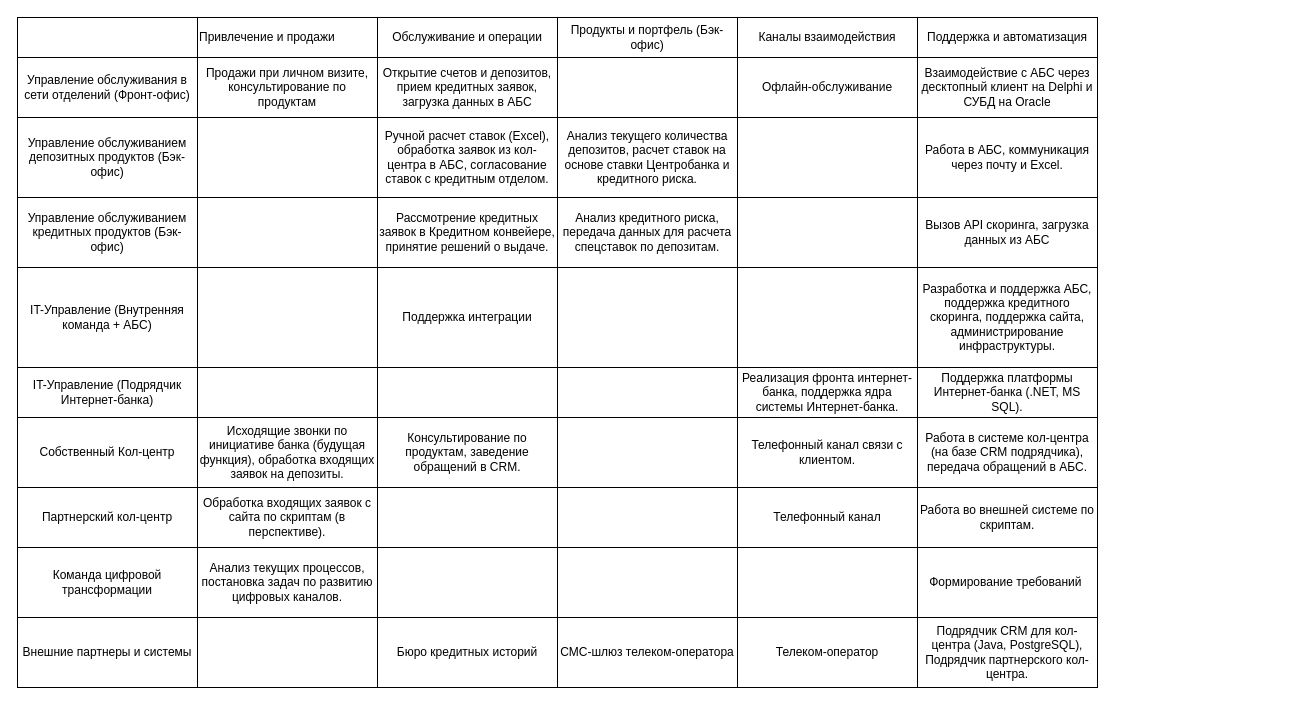
This is Task1/task1.1.drawio from Wardar-py/architecture-bank-standart, a draw.io file, before an edit. Source tidied: cells renumbered, new cells numbered last; positions are measured from the earlier drawing's top-left corner, leaving out a move shared by most shapes. Both pictures are drawn from the tidied source at 100%, with x=0, y=0 at pixel (17, 17).
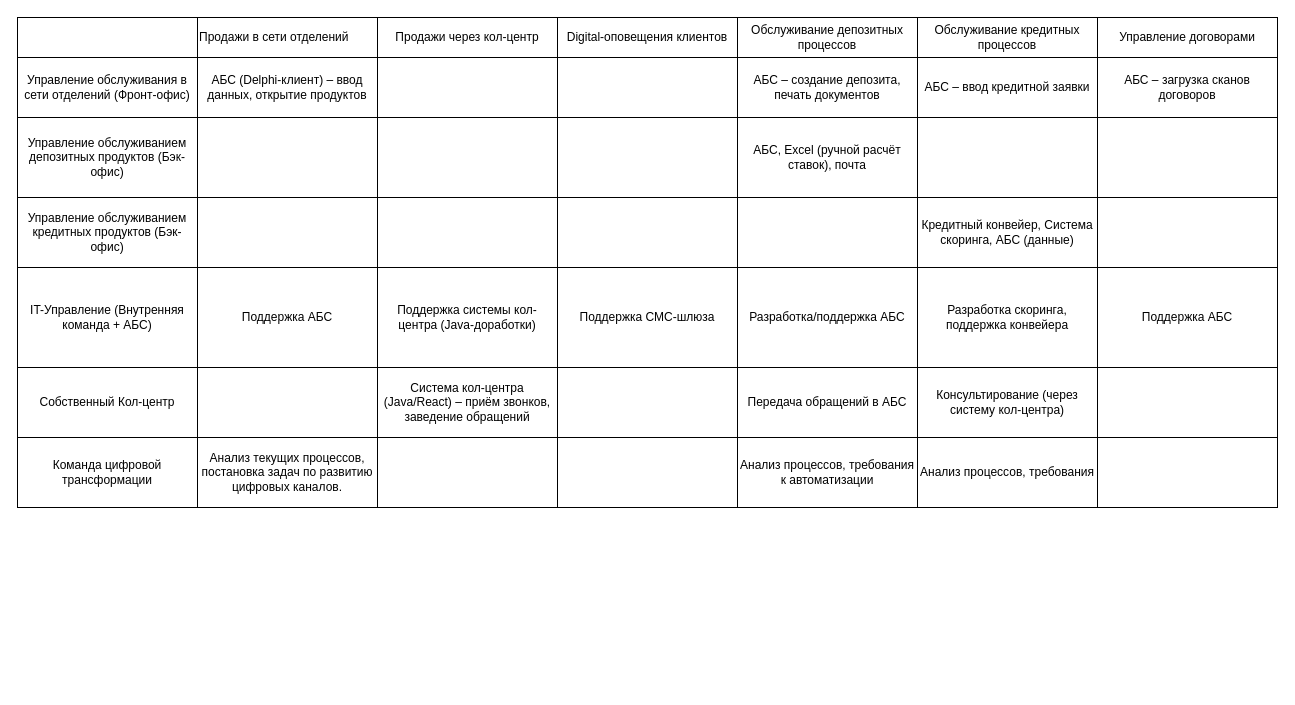
After the change.

Change to the diagram source:
```diff
@@
-    <mxCell id="3" value="Привлечение и продажи" style="rounded=0;whiteSpace=wrap;html=1;imageWidth=180;imageHeight=40;align=left;" parent="1" vertex="1">
+    <mxCell id="3" value="Продажи в сети отделений" style="rounded=0;whiteSpace=wrap;html=1;imageWidth=180;imageHeight=40;align=left;" parent="1" vertex="1">
       <mxGeometry x="180" width="180" height="40" as="geometry" />
     </mxCell>
-    <mxCell id="4" value="Обслуживание и операции" style="rounded=0;whiteSpace=wrap;html=1;imageWidth=180;imageHeight=40;" parent="1" vertex="1">
+    <mxCell id="4" value="Продажи через кол-центр" style="rounded=0;whiteSpace=wrap;html=1;imageWidth=180;imageHeight=40;" parent="1" vertex="1">
       <mxGeometry x="360" width="180" height="40" as="geometry" />
     </mxCell>
-    <mxCell id="5" value="Продукты и портфель (Бэк-офис)" style="rounded=0;whiteSpace=wrap;html=1;imageWidth=180;imageHeight=40;" parent="1" vertex="1">
+    <mxCell id="5" value="Digital-оповещения клиентов" style="rounded=0;whiteSpace=wrap;html=1;imageWidth=180;imageHeight=40;" parent="1" vertex="1">
       <mxGeometry x="540" width="180" height="40" as="geometry" />
     </mxCell>
-    <mxCell id="6" value="Каналы взаимодействия" style="rounded=0;whiteSpace=wrap;html=1;imageWidth=180;imageHeight=40;" parent="1" vertex="1">
+    <mxCell id="6" value="Обслуживание депозитных процессов" style="rounded=0;whiteSpace=wrap;html=1;imageWidth=180;imageHeight=40;" parent="1" vertex="1">
       <mxGeometry x="720" width="180" height="40" as="geometry" />
     </mxCell>
@@
-    <mxCell id="8" value="Продажи при личном визите, консультирование по продуктам" style="rounded=0;whiteSpace=wrap;html=1;imageWidth=180;imageHeight=40;" parent="1" vertex="1">
+    <mxCell id="8" value="АБС (Delphi-клиент) – ввод данных, открытие продуктов" style="rounded=0;whiteSpace=wrap;html=1;imageWidth=180;imageHeight=40;" parent="1" vertex="1">
       <mxGeometry x="180" y="40" width="180" height="60" as="geometry" />
     </mxCell>
-    <mxCell id="9" value="Открытие счетов и депозитов, прием кредитных заявок, загрузка данных в АБС" style="rounded=0;whiteSpace=wrap;html=1;imageWidth=180;imageHeight=40;" parent="1" vertex="1">
+    <mxCell id="9" style="rounded=0;whiteSpace=wrap;html=1;imageWidth=180;imageHeight=40;" parent="1" vertex="1">
       <mxGeometry x="360" y="40" width="180" height="60" as="geometry" />
     </mxCell>
@@
-    <mxCell id="11" value="Офлайн-обслуживание" style="rounded=0;whiteSpace=wrap;html=1;imageWidth=180;imageHeight=40;" parent="1" vertex="1">
+    <mxCell id="11" value="АБС – создание депозита, печать документов" style="rounded=0;whiteSpace=wrap;html=1;imageWidth=180;imageHeight=40;" parent="1" vertex="1">
       <mxGeometry x="720" y="40" width="180" height="60" as="geometry" />
     </mxCell>
@@
-    <mxCell id="14" value="Ручной расчет ставок (Excel), обработка заявок из кол-центра в АБС, согласование ставок с кредитным отделом." style="rounded=0;whiteSpace=wrap;html=1;imageWidth=180;imageHeight=40;" parent="1" vertex="1">
+    <mxCell id="14" style="rounded=0;whiteSpace=wrap;html=1;imageWidth=180;imageHeight=40;" parent="1" vertex="1">
       <mxGeometry x="360" y="100" width="180" height="80" as="geometry" />
     </mxCell>
-    <mxCell id="15" value="Анализ текущего количества депозитов, расчет ставок на основе ставки Центробанка и кредитного риска." style="rounded=0;whiteSpace=wrap;html=1;imageWidth=180;imageHeight=40;" parent="1" vertex="1">
+    <mxCell id="15" style="rounded=0;whiteSpace=wrap;html=1;imageWidth=180;imageHeight=40;" parent="1" vertex="1">
       <mxGeometry x="540" y="100" width="180" height="80" as="geometry" />
     </mxCell>
-    <mxCell id="16" style="rounded=0;whiteSpace=wrap;html=1;imageWidth=180;imageHeight=40;" parent="1" vertex="1">
+    <mxCell id="16" value="АБС, Excel (ручной расчёт ставок), почта" style="rounded=0;whiteSpace=wrap;html=1;imageWidth=180;imageHeight=40;" parent="1" vertex="1">
       <mxGeometry x="720" y="100" width="180" height="80" as="geometry" />
     </mxCell>
-    <mxCell id="17" value="IT-Управление (Подрядчик Интернет-банка)" style="rounded=0;whiteSpace=wrap;html=1;imageWidth=180;imageHeight=40;" parent="1" vertex="1">
-      <mxGeometry y="350" width="180" height="50" as="geometry" />
-    </mxCell>
-    <mxCell id="18" style="rounded=0;whiteSpace=wrap;html=1;imageWidth=180;imageHeight=40;" parent="1" vertex="1">
-      <mxGeometry x="180" y="350" width="180" height="50" as="geometry" />
-    </mxCell>
-    <mxCell id="19" style="rounded=0;whiteSpace=wrap;html=1;imageWidth=180;imageHeight=40;" parent="1" vertex="1">
-      <mxGeometry x="360" y="350" width="180" height="50" as="geometry" />
-    </mxCell>
-    <mxCell id="20" style="rounded=0;whiteSpace=wrap;html=1;imageWidth=180;imageHeight=40;" parent="1" vertex="1">
-      <mxGeometry x="540" y="350" width="180" height="50" as="geometry" />
-    </mxCell>
-    <mxCell id="21" value="Реализация фронта интернет-банка, поддержка ядра системы Интернет-банка." style="rounded=0;whiteSpace=wrap;html=1;imageWidth=180;imageHeight=40;" parent="1" vertex="1">
-      <mxGeometry x="720" y="350" width="180" height="50" as="geometry" />
-    </mxCell>
@@
-    <mxCell id="23" style="rounded=0;whiteSpace=wrap;html=1;imageWidth=180;imageHeight=40;" parent="1" vertex="1">
+    <mxCell id="23" value="Поддержка АБС" style="rounded=0;whiteSpace=wrap;html=1;imageWidth=180;imageHeight=40;" parent="1" vertex="1">
       <mxGeometry x="180" y="250" width="180" height="100" as="geometry" />
     </mxCell>
-    <mxCell id="24" value="Поддержка интеграции" style="rounded=0;whiteSpace=wrap;html=1;imageWidth=180;imageHeight=40;" parent="1" vertex="1">
+    <mxCell id="24" value="Поддержка системы кол-центра (Java-доработки)" style="rounded=0;whiteSpace=wrap;html=1;imageWidth=180;imageHeight=40;" parent="1" vertex="1">
       <mxGeometry x="360" y="250" width="180" height="100" as="geometry" />
     </mxCell>
-    <mxCell id="25" style="rounded=0;whiteSpace=wrap;html=1;imageWidth=180;imageHeight=40;" parent="1" vertex="1">
+    <mxCell id="25" value="Поддержка СМС-шлюза" style="rounded=0;whiteSpace=wrap;html=1;imageWidth=180;imageHeight=40;" parent="1" vertex="1">
       <mxGeometry x="540" y="250" width="180" height="100" as="geometry" />
     </mxCell>
-    <mxCell id="26" style="rounded=0;whiteSpace=wrap;html=1;imageWidth=180;imageHeight=40;" parent="1" vertex="1">
+    <mxCell id="26" value="Разработка/поддержка АБС" style="rounded=0;whiteSpace=wrap;html=1;imageWidth=180;imageHeight=40;" parent="1" vertex="1">
       <mxGeometry x="720" y="250" width="180" height="100" as="geometry" />
     </mxCell>
@@
-    <mxCell id="29" value="Рассмотрение кредитных заявок в Кредитном конвейере, принятие решений о выдаче." style="rounded=0;whiteSpace=wrap;html=1;imageWidth=180;imageHeight=40;" parent="1" vertex="1">
+    <mxCell id="29" style="rounded=0;whiteSpace=wrap;html=1;imageWidth=180;imageHeight=40;" parent="1" vertex="1">
       <mxGeometry x="360" y="180" width="180" height="70" as="geometry" />
     </mxCell>
-    <mxCell id="30" value="Анализ кредитного риска, передача данных для расчета спецставок по депозитам." style="rounded=0;whiteSpace=wrap;html=1;imageWidth=180;imageHeight=40;" parent="1" vertex="1">
+    <mxCell id="30" style="rounded=0;whiteSpace=wrap;html=1;imageWidth=180;imageHeight=40;" parent="1" vertex="1">
       <mxGeometry x="540" y="180" width="180" height="70" as="geometry" />
     </mxCell>
@@
     <mxCell id="32" value="Собственный Кол-центр" style="rounded=0;whiteSpace=wrap;html=1;imageWidth=180;imageHeight=40;" parent="1" vertex="1">
-      <mxGeometry y="400" width="180" height="70" as="geometry" />
+      <mxGeometry y="350" width="180" height="70" as="geometry" />
     </mxCell>
-    <mxCell id="33" value="Исходящие звонки по инициативе банка (будущая функция), обработка входящих заявок на депозиты." style="rounded=0;whiteSpace=wrap;html=1;imageWidth=180;imageHeight=40;" parent="1" vertex="1">
-      <mxGeometry x="180" y="400" width="180" height="70" as="geometry" />
+    <mxCell id="33" style="rounded=0;whiteSpace=wrap;html=1;imageWidth=180;imageHeight=40;" parent="1" vertex="1">
+      <mxGeometry x="180" y="350" width="180" height="70" as="geometry" />
     </mxCell>
-    <mxCell id="34" value="Консультирование по продуктам, заведение обращений в CRM." style="rounded=0;whiteSpace=wrap;html=1;imageWidth=180;imageHeight=40;" parent="1" vertex="1">
-      <mxGeometry x="360" y="400" width="180" height="70" as="geometry" />
+    <mxCell id="34" value="Система кол-центра (Java/React) – приём звонков, заведение обращений" style="rounded=0;whiteSpace=wrap;html=1;imageWidth=180;imageHeight=40;" parent="1" vertex="1">
+      <mxGeometry x="360" y="350" width="180" height="70" as="geometry" />
     </mxCell>
     <mxCell id="35" style="rounded=0;whiteSpace=wrap;html=1;imageWidth=180;imageHeight=40;" parent="1" vertex="1">
-      <mxGeometry x="540" y="400" width="180" height="70" as="geometry" />
+      <mxGeometry x="540" y="350" width="180" height="70" as="geometry" />
     </mxCell>
-    <mxCell id="36" value="Телефонный канал связи с клиентом." style="rounded=0;whiteSpace=wrap;html=1;imageWidth=180;imageHeight=40;" parent="1" vertex="1">
-      <mxGeometry x="720" y="400" width="180" height="70" as="geometry" />
+    <mxCell id="36" value="Передача обращений в АБС" style="rounded=0;whiteSpace=wrap;html=1;imageWidth=180;imageHeight=40;" parent="1" vertex="1">
+      <mxGeometry x="720" y="350" width="180" height="70" as="geometry" />
     </mxCell>
-    <mxCell id="37" value="Партнерский кол-центр" style="rounded=0;whiteSpace=wrap;html=1;imageWidth=180;imageHeight=40;" parent="1" vertex="1">
-      <mxGeometry y="470" width="180" height="60" as="geometry" />
-    </mxCell>
-    <mxCell id="38" value="Обработка входящих заявок с сайта по скриптам (в перспективе)." style="rounded=0;whiteSpace=wrap;html=1;imageWidth=180;imageHeight=40;" parent="1" vertex="1">
-      <mxGeometry x="180" y="470" width="180" height="60" as="geometry" />
-    </mxCell>
-    <mxCell id="39" style="rounded=0;whiteSpace=wrap;html=1;imageWidth=180;imageHeight=40;" parent="1" vertex="1">
-      <mxGeometry x="360" y="470" width="180" height="60" as="geometry" />
-    </mxCell>
-    <mxCell id="40" style="rounded=0;whiteSpace=wrap;html=1;imageWidth=180;imageHeight=40;" parent="1" vertex="1">
-      <mxGeometry x="540" y="470" width="180" height="60" as="geometry" />
-    </mxCell>
-    <mxCell id="41" value="Телефонный канал" style="rounded=0;whiteSpace=wrap;html=1;imageWidth=180;imageHeight=40;" parent="1" vertex="1">
-      <mxGeometry x="720" y="470" width="180" height="60" as="geometry" />
-    </mxCell>
     <mxCell id="42" value="Команда цифровой трансформации" style="rounded=0;whiteSpace=wrap;html=1;imageWidth=180;imageHeight=40;" parent="1" vertex="1">
-      <mxGeometry y="530" width="180" height="70" as="geometry" />
+      <mxGeometry y="420" width="180" height="70" as="geometry" />
     </mxCell>
     <mxCell id="43" value="Анализ текущих процессов, постановка задач по развитию цифровых каналов." style="rounded=0;whiteSpace=wrap;html=1;imageWidth=180;imageHeight=40;" parent="1" vertex="1">
-      <mxGeometry x="180" y="530" width="180" height="70" as="geometry" />
+      <mxGeometry x="180" y="420" width="180" height="70" as="geometry" />
     </mxCell>
     <mxCell id="44" style="rounded=0;whiteSpace=wrap;html=1;imageWidth=180;imageHeight=40;" parent="1" vertex="1">
-      <mxGeometry x="360" y="530" width="180" height="70" as="geometry" />
+      <mxGeometry x="360" y="420" width="180" height="70" as="geometry" />
     </mxCell>
     <mxCell id="45" style="rounded=0;whiteSpace=wrap;html=1;imageWidth=180;imageHeight=40;" parent="1" vertex="1">
-      <mxGeometry x="540" y="530" width="180" height="70" as="geometry" />
+      <mxGeometry x="540" y="420" width="180" height="70" as="geometry" />
     </mxCell>
-    <mxCell id="46" style="rounded=0;whiteSpace=wrap;html=1;imageWidth=180;imageHeight=40;" parent="1" vertex="1">
-      <mxGeometry x="720" y="530" width="180" height="70" as="geometry" />
+    <mxCell id="46" value="Анализ процессов, требования к автоматизации" style="rounded=0;whiteSpace=wrap;html=1;imageWidth=180;imageHeight=40;" parent="1" vertex="1">
+      <mxGeometry x="720" y="420" width="180" height="70" as="geometry" />
     </mxCell>
-    <mxCell id="47" value="Внешние партнеры и системы" style="rounded=0;whiteSpace=wrap;html=1;imageWidth=180;imageHeight=40;" parent="1" vertex="1">
-      <mxGeometry y="600" width="180" height="70" as="geometry" />
-    </mxCell>
-    <mxCell id="48" style="rounded=0;whiteSpace=wrap;html=1;imageWidth=180;imageHeight=40;" parent="1" vertex="1">
-      <mxGeometry x="180" y="600" width="180" height="70" as="geometry" />
-    </mxCell>
-    <mxCell id="49" value="Бюро кредитных историй" style="rounded=0;whiteSpace=wrap;html=1;imageWidth=180;imageHeight=40;" parent="1" vertex="1">
-      <mxGeometry x="360" y="600" width="180" height="70" as="geometry" />
-    </mxCell>
-    <mxCell id="50" value="СМС-шлюз телеком-оператора" style="rounded=0;whiteSpace=wrap;html=1;imageWidth=180;imageHeight=40;" parent="1" vertex="1">
-      <mxGeometry x="540" y="600" width="180" height="70" as="geometry" />
-    </mxCell>
-    <mxCell id="51" value="Телеком-оператор" style="rounded=0;whiteSpace=wrap;html=1;imageWidth=180;imageHeight=40;" parent="1" vertex="1">
-      <mxGeometry x="720" y="600" width="180" height="70" as="geometry" />
-    </mxCell>
-    <mxCell id="52" value="Поддержка и автоматизация" style="rounded=0;whiteSpace=wrap;html=1;imageWidth=180;imageHeight=40;" parent="1" vertex="1">
+    <mxCell id="52" value="Обслуживание кредитных процессов" style="rounded=0;whiteSpace=wrap;html=1;imageWidth=180;imageHeight=40;" parent="1" vertex="1">
       <mxGeometry x="900" width="180" height="40" as="geometry" />
     </mxCell>
-    <mxCell id="53" value="Взаимодействие с АБС через десктопный клиент на&amp;nbsp;Delphi и СУБД на Oracle" style="rounded=0;whiteSpace=wrap;html=1;imageWidth=180;imageHeight=40;" parent="1" vertex="1">
+    <mxCell id="53" value="АБС – ввод кредитной заявки" style="rounded=0;whiteSpace=wrap;html=1;imageWidth=180;imageHeight=40;" parent="1" vertex="1">
       <mxGeometry x="900" y="40" width="180" height="60" as="geometry" />
     </mxCell>
-    <mxCell id="54" value="Работа в АБС, коммуникация через почту и Excel." style="rounded=0;whiteSpace=wrap;html=1;imageWidth=180;imageHeight=40;" parent="1" vertex="1">
+    <mxCell id="54" style="rounded=0;whiteSpace=wrap;html=1;imageWidth=180;imageHeight=40;" parent="1" vertex="1">
       <mxGeometry x="900" y="100" width="180" height="80" as="geometry" />
     </mxCell>
-    <mxCell id="55" value="Поддержка платформы Интернет-банка&amp;nbsp;(.NET, MS SQL)." style="rounded=0;whiteSpace=wrap;html=1;imageWidth=180;imageHeight=40;" parent="1" vertex="1">
-      <mxGeometry x="900" y="350" width="180" height="50" as="geometry" />
-    </mxCell>
-    <mxCell id="56" value="Разработка и поддержка АБС, поддержка кредитного скоринга, поддержка сайта, администрирование инфраструктуры." style="rounded=0;whiteSpace=wrap;html=1;imageWidth=180;imageHeight=40;" parent="1" vertex="1">
+    <mxCell id="56" value="Разработка скоринга, поддержка конвейера" style="rounded=0;whiteSpace=wrap;html=1;imageWidth=180;imageHeight=40;" parent="1" vertex="1">
       <mxGeometry x="900" y="250" width="180" height="100" as="geometry" />
     </mxCell>
-    <mxCell id="57" value="Вызов API скоринга, загрузка данных из АБС" style="rounded=0;whiteSpace=wrap;html=1;imageWidth=180;imageHeight=40;" parent="1" vertex="1">
+    <mxCell id="57" value="Кредитный конвейер, Система скоринга, АБС (данные)" style="rounded=0;whiteSpace=wrap;html=1;imageWidth=180;imageHeight=40;" parent="1" vertex="1">
       <mxGeometry x="900" y="180" width="180" height="70" as="geometry" />
     </mxCell>
-    <mxCell id="58" value="Работа в системе кол-центра (на базе CRM подрядчика), передача обращений в АБС." style="rounded=0;whiteSpace=wrap;html=1;imageWidth=180;imageHeight=40;" parent="1" vertex="1">
-      <mxGeometry x="900" y="400" width="180" height="70" as="geometry" />
+    <mxCell id="58" value="Консультирование (через систему кол-центра)" style="rounded=0;whiteSpace=wrap;html=1;imageWidth=180;imageHeight=40;" parent="1" vertex="1">
+      <mxGeometry x="900" y="350" width="180" height="70" as="geometry" />
     </mxCell>
-    <mxCell id="59" value="Работа во внешней системе по скриптам." style="rounded=0;whiteSpace=wrap;html=1;imageWidth=180;imageHeight=40;" parent="1" vertex="1">
-      <mxGeometry x="900" y="470" width="180" height="60" as="geometry" />
-    </mxCell>
-    <mxCell id="60" value="Формирование требований&amp;nbsp;" style="rounded=0;whiteSpace=wrap;html=1;imageWidth=180;imageHeight=40;" parent="1" vertex="1">
-      <mxGeometry x="900" y="530" width="180" height="70" as="geometry" />
+    <mxCell id="60" value="Анализ процессов, требования" style="rounded=0;whiteSpace=wrap;html=1;imageWidth=180;imageHeight=40;" parent="1" vertex="1">
+      <mxGeometry x="900" y="420" width="180" height="70" as="geometry" />
     </mxCell>
-    <mxCell id="61" value="Подрядчик CRM для кол-центра (Java, PostgreSQL), Подрядчик партнерского кол-центра." style="rounded=0;whiteSpace=wrap;html=1;imageWidth=180;imageHeight=40;" parent="1" vertex="1">
-      <mxGeometry x="900" y="600" width="180" height="70" as="geometry" />
-    </mxCell>
+    <mxCell id="62" value="Управление договорами" style="rounded=0;whiteSpace=wrap;html=1;imageWidth=180;imageHeight=40;" parent="1" vertex="1">
+      <mxGeometry x="1080" width="180" height="40" as="geometry" />
+    </mxCell>
+    <mxCell id="63" value="АБС – загрузка сканов договоров" style="rounded=0;whiteSpace=wrap;html=1;imageWidth=180;imageHeight=40;" parent="1" vertex="1">
+      <mxGeometry x="1080" y="40" width="180" height="60" as="geometry" />
+    </mxCell>
+    <mxCell id="64" style="rounded=0;whiteSpace=wrap;html=1;imageWidth=180;imageHeight=40;" parent="1" vertex="1">
+      <mxGeometry x="1080" y="100" width="180" height="80" as="geometry" />
+    </mxCell>
+    <mxCell id="65" value="Поддержка АБС" style="rounded=0;whiteSpace=wrap;html=1;imageWidth=180;imageHeight=40;" parent="1" vertex="1">
+      <mxGeometry x="1080" y="250" width="180" height="100" as="geometry" />
+    </mxCell>
+    <mxCell id="66" style="rounded=0;whiteSpace=wrap;html=1;imageWidth=180;imageHeight=40;" parent="1" vertex="1">
+      <mxGeometry x="1080" y="180" width="180" height="70" as="geometry" />
+    </mxCell>
+    <mxCell id="67" style="rounded=0;whiteSpace=wrap;html=1;imageWidth=180;imageHeight=40;" parent="1" vertex="1">
+      <mxGeometry x="1080" y="350" width="180" height="70" as="geometry" />
+    </mxCell>
+    <mxCell id="68" style="rounded=0;whiteSpace=wrap;html=1;imageWidth=180;imageHeight=40;" parent="1" vertex="1">
+      <mxGeometry x="1080" y="420" width="180" height="70" as="geometry" />
+    </mxCell>
```
